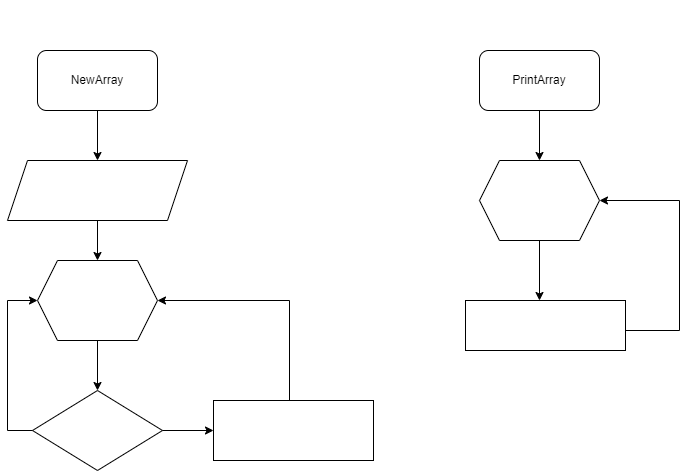
This is block_diagram.drawio.png from lerika-malykh/Final_Work, a draw.io export, as it was before one commit. Source tidied: cells renumbered, new cells last; positions are measured from the earlier drawing's top-left corner, leaving out a move shared by most shapes.
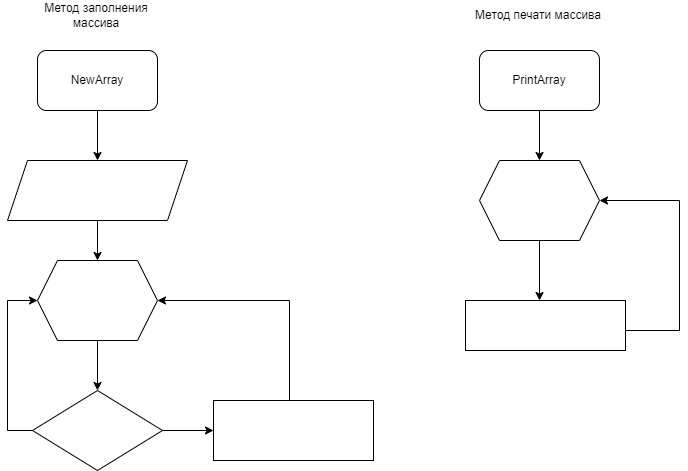
Above is the later version.

Commit message:
подкорректировала блоксхемы

What changed in the source:
```diff
@@ -5,13 +5,13 @@
     <mxCell id="2" style="edgeStyle=none;html=1;fontColor=#FFFFFF;" parent="1" edge="1" source="3" target="5">
       <mxGeometry relative="1" as="geometry" />
     </mxCell>
-    <mxCell id="3" value="NewArray" style="rounded=1;whiteSpace=wrap;html=1;" parent="1" vertex="1">
+    <mxCell id="3" value="NewArray" style="rounded=1;whiteSpace=wrap;html=1;labelBackgroundColor=none;fillColor=none;" parent="1" vertex="1">
       <mxGeometry x="30" y="50" width="120" height="60" as="geometry" />
     </mxCell>
     <mxCell id="4" style="edgeStyle=none;html=1;exitX=0.5;exitY=1;exitDx=0;exitDy=0;entryX=0.5;entryY=0;entryDx=0;entryDy=0;fontColor=#FFFFFF;" parent="1" edge="1" source="5" target="9">
       <mxGeometry relative="1" as="geometry" />
     </mxCell>
-    <mxCell id="5" value="&lt;font color=&quot;#ffffff&quot;&gt;&lt;span class=&quot;pl-k&quot; style=&quot;box-sizing: border-box&quot;&gt;string&lt;/span&gt; [] new_&lt;span class=&quot;pl-en&quot; style=&quot;box-sizing: border-box&quot;&gt;array&lt;/span&gt; &lt;span class=&quot;pl-k&quot; style=&quot;box-sizing: border-box&quot;&gt;= &lt;br&gt;new string [&lt;/span&gt;&lt;span class=&quot;pl-smi&quot; style=&quot;box-sizing: border-box&quot;&gt;array&lt;/span&gt;.&lt;span class=&quot;pl-smi&quot; style=&quot;box-sizing: border-box&quot;&gt;Length&lt;/span&gt;&lt;span class=&quot;pl-k&quot; style=&quot;box-sizing: border-box&quot;&gt;]&lt;/span&gt;&lt;br&gt;&lt;/font&gt;" style="shape=parallelogram;perimeter=parallelogramPerimeter;whiteSpace=wrap;html=1;fixedSize=1;fillColor=none;" parent="1" vertex="1">
+    <mxCell id="5" value="&lt;font color=&quot;#ffffff&quot;&gt;&lt;span class=&quot;pl-k&quot; style=&quot;box-sizing: border-box&quot;&gt;string&lt;/span&gt; [] new_&lt;span class=&quot;pl-en&quot; style=&quot;box-sizing: border-box&quot;&gt;array&lt;/span&gt; &lt;span class=&quot;pl-k&quot; style=&quot;box-sizing: border-box&quot;&gt;= &lt;br&gt;new string [&lt;/span&gt;&lt;span class=&quot;pl-smi&quot; style=&quot;box-sizing: border-box&quot;&gt;array&lt;/span&gt;.&lt;span class=&quot;pl-smi&quot; style=&quot;box-sizing: border-box&quot;&gt;Length&lt;/span&gt;&lt;span class=&quot;pl-k&quot; style=&quot;box-sizing: border-box&quot;&gt;]&lt;/span&gt;&lt;br&gt;&lt;/font&gt;" style="shape=parallelogram;perimeter=parallelogramPerimeter;whiteSpace=wrap;html=1;fixedSize=1;fillColor=none;labelBackgroundColor=none;" parent="1" vertex="1">
       <mxGeometry y="160" width="180" height="60" as="geometry" />
     </mxCell>
     <mxCell id="6" style="edgeStyle=none;html=1;exitX=0.5;exitY=1;exitDx=0;exitDy=0;fontColor=#FFFFFF;" parent="1" edge="1" source="9" target="12">
@@ -62,7 +62,7 @@
         <mxPoint y="300" as="targetPoint" />
       </mxGeometry>
     </mxCell>
-    <mxCell id="18" value="Метод заполнения массива" style="text;html=1;strokeColor=none;fillColor=none;align=center;verticalAlign=middle;whiteSpace=wrap;rounded=0;labelBackgroundColor=none;fontColor=#FFFFFF;" parent="1" vertex="1">
+    <mxCell id="18" value="&lt;font color=&quot;#000000&quot;&gt;Метод заполнения массива&lt;/font&gt;" style="text;html=1;strokeColor=none;fillColor=none;align=center;verticalAlign=middle;whiteSpace=wrap;rounded=0;labelBackgroundColor=none;fontColor=#FFFFFF;" parent="1" vertex="1">
       <mxGeometry x="16" width="146" height="30" as="geometry" />
     </mxCell>
     <mxCell id="19" style="edgeStyle=none;html=1;fontColor=#FFFFFF;" parent="1" edge="1" source="20">
@@ -98,7 +98,7 @@
     <mxCell id="26" value="&lt;font color=&quot;#ffffff&quot;&gt;&lt;span class=&quot;pl-smi&quot; style=&quot;box-sizing: border-box ; font-family: , , &amp;#34;sf mono&amp;#34; , &amp;#34;menlo&amp;#34; , &amp;#34;consolas&amp;#34; , &amp;#34;liberation mono&amp;#34; , monospace&quot;&gt;Console&lt;/span&gt;&lt;span style=&quot;font-family: , , &amp;#34;sf mono&amp;#34; , &amp;#34;menlo&amp;#34; , &amp;#34;consolas&amp;#34; , &amp;#34;liberation mono&amp;#34; , monospace&quot;&gt;.&lt;/span&gt;&lt;span class=&quot;pl-en&quot; style=&quot;box-sizing: border-box ; font-family: , , &amp;#34;sf mono&amp;#34; , &amp;#34;menlo&amp;#34; , &amp;#34;consolas&amp;#34; , &amp;#34;liberation mono&amp;#34; , monospace&quot;&gt;Write&lt;/span&gt;&lt;span style=&quot;font-family: , , &amp;#34;sf mono&amp;#34; , &amp;#34;menlo&amp;#34; , &amp;#34;consolas&amp;#34; , &amp;#34;liberation mono&amp;#34; , monospace&quot;&gt;(Array&lt;/span&gt;&lt;span style=&quot;font-family: , , &amp;#34;sf mono&amp;#34; , &amp;#34;menlo&amp;#34; , &amp;#34;consolas&amp;#34; , &amp;#34;liberation mono&amp;#34; , monospace&quot;&gt;[&lt;/span&gt;&lt;span class=&quot;pl-smi&quot; style=&quot;box-sizing: border-box ; font-family: , , &amp;#34;sf mono&amp;#34; , &amp;#34;menlo&amp;#34; , &amp;#34;consolas&amp;#34; , &amp;#34;liberation mono&amp;#34; , monospace&quot;&gt;i&lt;/span&gt;&lt;span style=&quot;font-family: , , &amp;#34;sf mono&amp;#34; , &amp;#34;menlo&amp;#34; , &amp;#34;consolas&amp;#34; , &amp;#34;liberation mono&amp;#34; , monospace&quot;&gt;] + &quot;;&quot;)&lt;/span&gt;&lt;span style=&quot;font-family: , , &amp;#34;sf mono&amp;#34; , &amp;#34;menlo&amp;#34; , &amp;#34;consolas&amp;#34; , &amp;#34;liberation mono&amp;#34; , monospace&quot;&gt;&lt;br&gt;&lt;/span&gt;&lt;/font&gt;" style="rounded=0;whiteSpace=wrap;html=1;labelBackgroundColor=none;fontColor=none;fillColor=none;" parent="1" vertex="1">
       <mxGeometry x="458" y="300" width="160" height="50" as="geometry" />
     </mxCell>
-    <mxCell id="27" value="Метод печати массива" style="text;html=1;strokeColor=none;fillColor=none;align=center;verticalAlign=middle;whiteSpace=wrap;rounded=0;labelBackgroundColor=none;fontColor=#FFFFFF;" parent="1" vertex="1">
+    <mxCell id="27" value="&lt;font color=&quot;#000000&quot;&gt;Метод печати массива&lt;/font&gt;" style="text;html=1;strokeColor=none;fillColor=none;align=center;verticalAlign=middle;whiteSpace=wrap;rounded=0;labelBackgroundColor=none;fontColor=#FFFFFF;" parent="1" vertex="1">
       <mxGeometry x="458" width="146" height="30" as="geometry" />
     </mxCell>
     <mxCell id="28" style="edgeStyle=none;html=1;fontColor=#FFFFFF;endArrow=none;endFill=0;" parent="1" edge="1">
```
